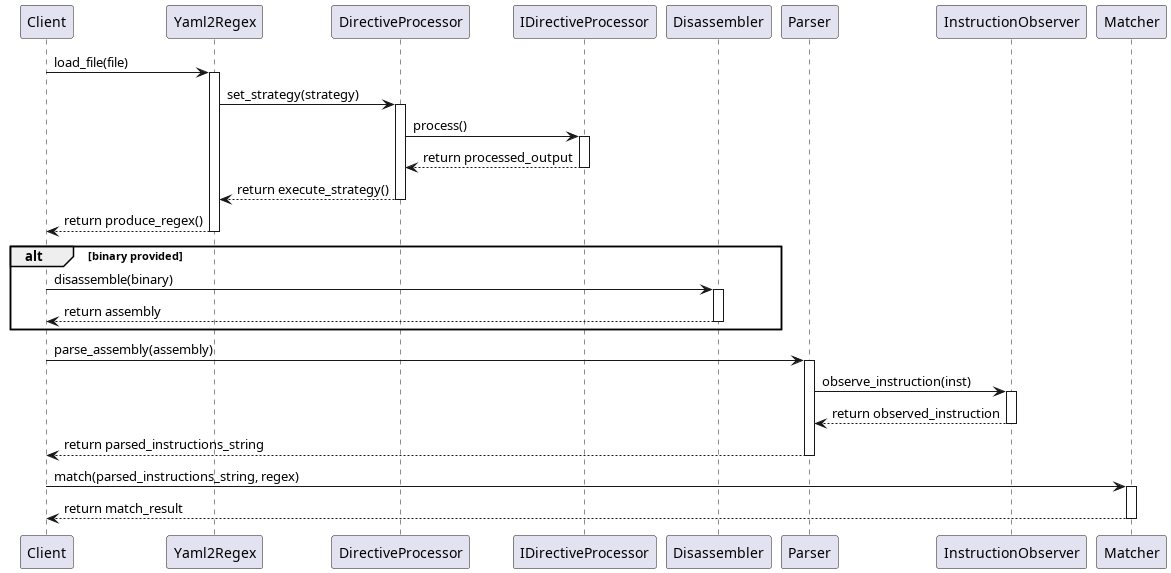
Above: design/sequence_diagram.png in JukMR/JASM (PlantUML), before the change. Source of this version:
```plantuml
@startuml sequence_diagram

participant "Client" as Client
participant "Yaml2Regex" as Yaml2Regex
participant "DirectiveProcessor" as DirectiveProcessor
participant "IDirectiveProcessor" as IDirectiveProcessor
participant "Disassembler" as Disassembler
participant "Parser" as Parser
participant "InstructionObserver" as InstructionObserver
participant "Matcher" as Matcher

Client -> Yaml2Regex: load_file(file)
activate Yaml2Regex

Yaml2Regex -> DirectiveProcessor: set_strategy(strategy)
activate DirectiveProcessor
DirectiveProcessor -> IDirectiveProcessor: process()
activate IDirectiveProcessor
IDirectiveProcessor --> DirectiveProcessor: return processed_output
deactivate IDirectiveProcessor
DirectiveProcessor --> Yaml2Regex: return execute_strategy()
deactivate DirectiveProcessor

Yaml2Regex --> Client: return produce_regex()
deactivate Yaml2Regex

alt binary provided
    Client -> Disassembler: disassemble(binary)
    activate Disassembler
    Disassembler --> Client: return assembly
    deactivate Disassembler
end

Client -> Parser: parse_assembly(assembly)
activate Parser
Parser -> InstructionObserver: observe_instruction(inst)
activate InstructionObserver
InstructionObserver --> Parser: return observed_instruction
deactivate InstructionObserver
Parser --> Client: return parsed_instructions_string
deactivate Parser

Client -> Matcher: match(parsed_instructions_string, regex)
activate Matcher
Matcher --> Client: return match_result
deactivate Matcher


@enduml
```
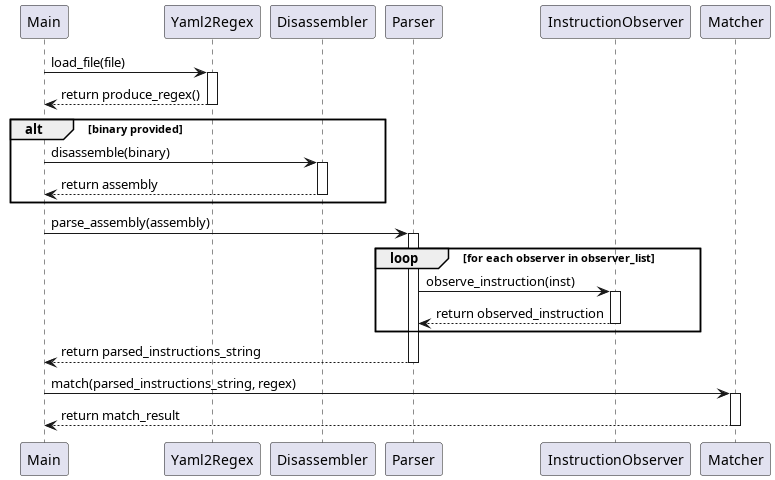
Later version of the same file.

The edit, as a diff of the source:
```diff
@@ -1,48 +1,41 @@
 @startuml sequence_diagram
 
-participant "Client" as Client
+participant "Main" as Main
 participant "Yaml2Regex" as Yaml2Regex
-participant "DirectiveProcessor" as DirectiveProcessor
-participant "IDirectiveProcessor" as IDirectiveProcessor
 participant "Disassembler" as Disassembler
 participant "Parser" as Parser
 participant "InstructionObserver" as InstructionObserver
 participant "Matcher" as Matcher
 
-Client -> Yaml2Regex: load_file(file)
+Main -> Yaml2Regex: load_file(file)
 activate Yaml2Regex
 
-Yaml2Regex -> DirectiveProcessor: set_strategy(strategy)
-activate DirectiveProcessor
-DirectiveProcessor -> IDirectiveProcessor: process()
-activate IDirectiveProcessor
-IDirectiveProcessor --> DirectiveProcessor: return processed_output
-deactivate IDirectiveProcessor
-DirectiveProcessor --> Yaml2Regex: return execute_strategy()
-deactivate DirectiveProcessor
 
-Yaml2Regex --> Client: return produce_regex()
+Yaml2Regex --> Main: return produce_regex()
 deactivate Yaml2Regex
 
 alt binary provided
-    Client -> Disassembler: disassemble(binary)
+    Main -> Disassembler: disassemble(binary)
     activate Disassembler
-    Disassembler --> Client: return assembly
+    Disassembler --> Main: return assembly
     deactivate Disassembler
 end
 
-Client -> Parser: parse_assembly(assembly)
+Main -> Parser: parse_assembly(assembly)
 activate Parser
-Parser -> InstructionObserver: observe_instruction(inst)
-activate InstructionObserver
-InstructionObserver --> Parser: return observed_instruction
-deactivate InstructionObserver
-Parser --> Client: return parsed_instructions_string
+
+loop for each observer in observer_list
+    Parser -> InstructionObserver: observe_instruction(inst)
+    activate InstructionObserver
+    InstructionObserver --> Parser: return observed_instruction
+    deactivate InstructionObserver
+end
+Parser --> Main: return parsed_instructions_string
 deactivate Parser
 
-Client -> Matcher: match(parsed_instructions_string, regex)
+Main -> Matcher: match(parsed_instructions_string, regex)
 activate Matcher
-Matcher --> Client: return match_result
+Matcher --> Main: return match_result
 deactivate Matcher
 
 
```
